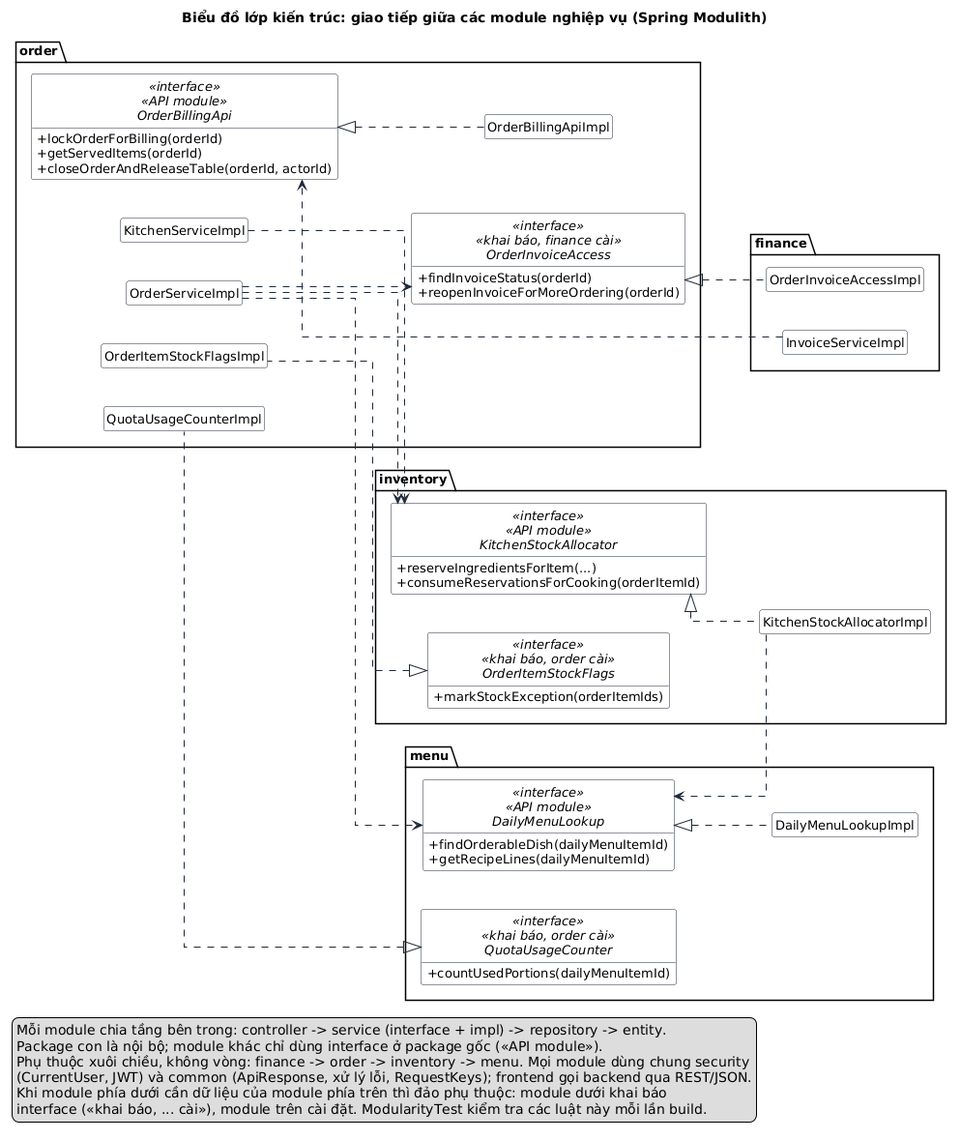
This is docs/bao-cao-ltnc/uml/class-kien-truc.png from Anpham120/restaurant-management-system, a PlantUML export, as it was before one commit.
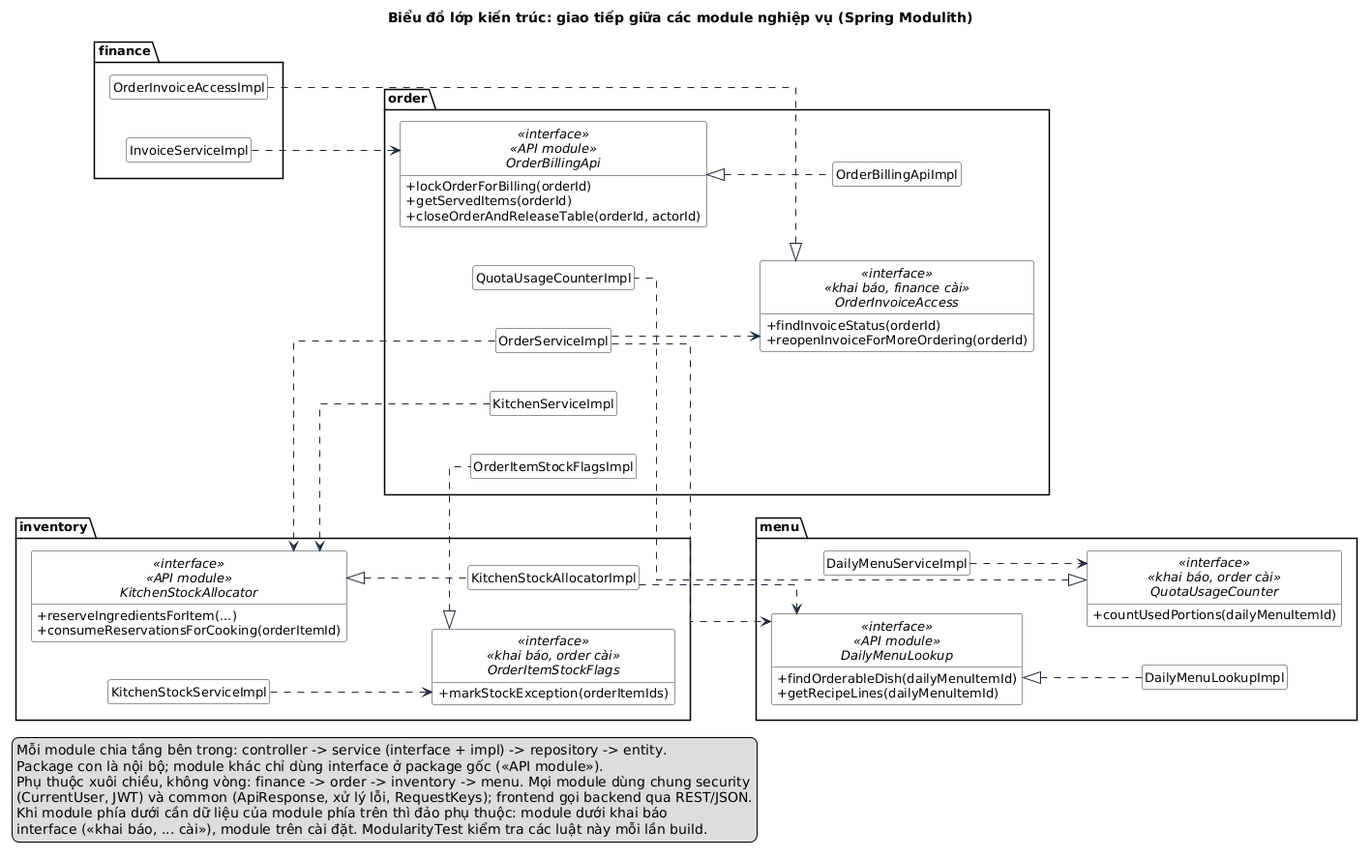
After the change.

What changed in the source:
```diff
@@ -37,6 +37,7 @@
     + markStockException(orderItemIds)
   }
   class KitchenStockAllocatorImpl
+  class KitchenStockServiceImpl
 }
 package "menu" as menu {
   interface DailyMenuLookup <<interface>> <<API module>> {
@@ -47,6 +48,7 @@
     + countUsedPortions(dailyMenuItemId)
   }
   class DailyMenuLookupImpl
+  class DailyMenuServiceImpl
 }
 InvoiceServiceImpl ..> OrderBillingApi
 OrderServiceImpl ..> KitchenStockAllocator
@@ -54,6 +56,8 @@
 OrderServiceImpl ..> DailyMenuLookup
 KitchenStockAllocatorImpl ..> DailyMenuLookup
 OrderServiceImpl ..> OrderInvoiceAccess
+DailyMenuServiceImpl ..> QuotaUsageCounter
+KitchenStockServiceImpl ..> OrderItemStockFlags
 
 OrderBillingApi <|.. OrderBillingApiImpl
 KitchenStockAllocator <|.. KitchenStockAllocatorImpl
```
